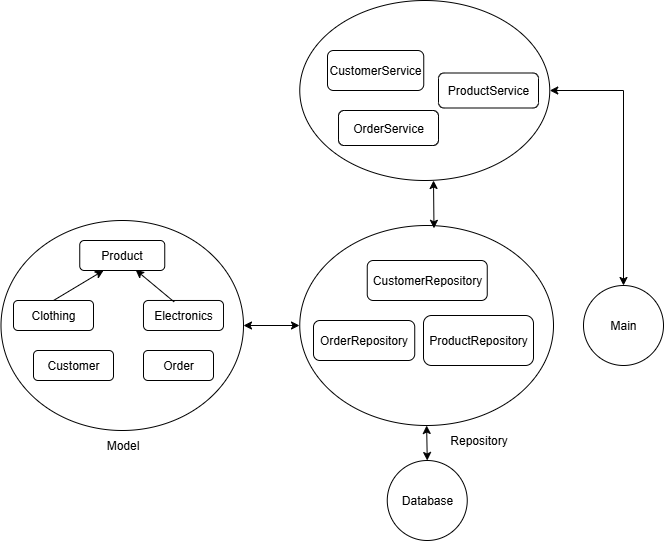
This is images/project-structure.png from Quyenhm03/SummaryTask12, a draw.io export, as it was before one commit. Source tidied: cells renumbered, new cells last; positions are measured from the earlier drawing's top-left corner, leaving out a move shared by most shapes.
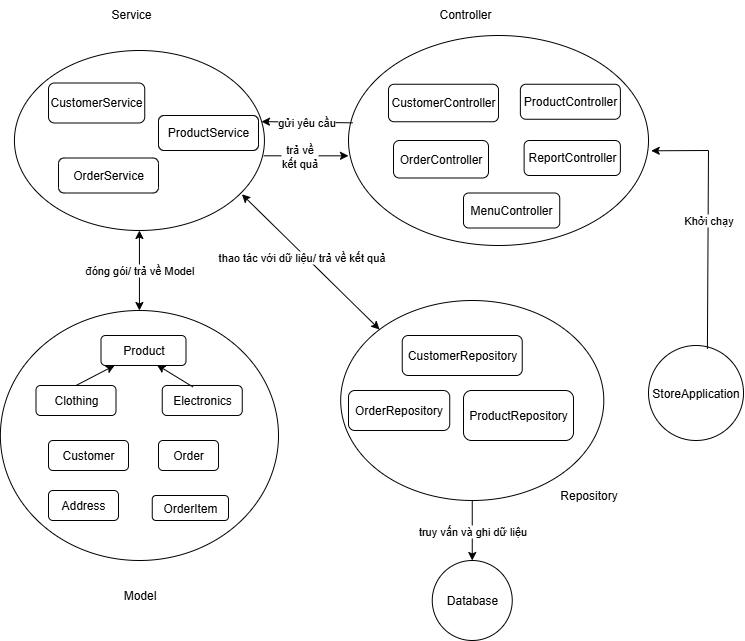
After the change.

The edit, as a diff of the source:
```diff
@@ -3,84 +3,122 @@
     <mxCell id="0" />
     <mxCell id="1" parent="0" />
     <mxCell id="2" style="ellipse;whiteSpace=wrap;html=1;" parent="1" vertex="1">
-      <mxGeometry x="-0.5" y="220" width="242.5" height="210" as="geometry" />
+      <mxGeometry x="-36.1" y="260" width="278.1" height="250" as="geometry" />
     </mxCell>
     <mxCell id="3" value="Customer" style="rounded=1;whiteSpace=wrap;html=1;" parent="1" vertex="1">
-      <mxGeometry x="32" y="350" width="80" height="30" as="geometry" />
+      <mxGeometry x="12" y="390" width="80" height="30" as="geometry" />
     </mxCell>
     <mxCell id="4" value="Clothing" style="rounded=1;whiteSpace=wrap;html=1;" parent="1" vertex="1">
-      <mxGeometry x="12" y="300" width="80" height="30" as="geometry" />
+      <mxGeometry x="-0.5" y="335" width="80" height="30" as="geometry" />
     </mxCell>
     <mxCell id="5" value="Electronics" style="rounded=1;whiteSpace=wrap;html=1;arcSize=16;" parent="1" vertex="1">
-      <mxGeometry x="142" y="300" width="80" height="30" as="geometry" />
+      <mxGeometry x="125.8" y="335" width="80" height="30" as="geometry" />
     </mxCell>
-    <mxCell id="6" value="Product" style="rounded=1;whiteSpace=wrap;html=1;" parent="1" vertex="1">
-      <mxGeometry x="78.2" y="240" width="85" height="30" as="geometry" />
-    </mxCell>
-    <mxCell id="7" style="endArrow=classic;html=1;rounded=0;exitX=0.5;exitY=0;exitDx=0;exitDy=0;" parent="1" edge="1" source="4">
-      <mxGeometry relative="1" as="geometry">
-        <mxPoint x="102" y="270" as="targetPoint" />
-      </mxGeometry>
-    </mxCell>
     <mxCell id="8" style="endArrow=classic;html=1;rounded=0;exitX=0.383;exitY=0.047;exitDx=0;exitDy=0;exitPerimeter=0;entryX=0.658;entryY=0.98;entryDx=0;entryDy=0;entryPerimeter=0;" parent="1" edge="1" source="5" target="6">
       <mxGeometry relative="1" as="geometry" />
     </mxCell>
     <mxCell id="9" value="Model" style="text;html=1;align=center;verticalAlign=middle;strokeColor=none;fillColor=none;" parent="1" vertex="1">
-      <mxGeometry x="90.8" y="430" width="60" height="30" as="geometry" />
+      <mxGeometry x="72.9" y="530" width="60" height="30" as="geometry" />
     </mxCell>
     <mxCell id="10" style="ellipse;whiteSpace=wrap;html=1;" parent="1" vertex="1">
-      <mxGeometry x="298.3" y="225" width="253.7" height="200" as="geometry" />
+      <mxGeometry x="304.2" y="250" width="263.1" height="200" as="geometry" />
     </mxCell>
     <mxCell id="11" value="CustomerRepository" style="rounded=1;whiteSpace=wrap;html=1;" parent="1" vertex="1">
-      <mxGeometry x="365.8" y="260" width="120" height="40" as="geometry" />
+      <mxGeometry x="365.8" y="285" width="120" height="40" as="geometry" />
     </mxCell>
     <mxCell id="12" value="OrderRepository" style="rounded=1;whiteSpace=wrap;html=1;arcSize=16;" parent="1" vertex="1">
-      <mxGeometry x="312" y="320" width="101.2" height="40" as="geometry" />
+      <mxGeometry x="312" y="340" width="101.2" height="40" as="geometry" />
     </mxCell>
     <mxCell id="13" value="Repository" style="text;html=1;align=center;verticalAlign=middle;strokeColor=none;fillColor=none;" parent="1" vertex="1">
-      <mxGeometry x="437" y="425" width="80" height="30" as="geometry" />
+      <mxGeometry x="512" y="430" width="80" height="30" as="geometry" />
     </mxCell>
-    <mxCell id="14" value="Main" style="ellipse;whiteSpace=wrap;html=1;" parent="1" vertex="1">
-      <mxGeometry x="582" y="285" width="80" height="80" as="geometry" />
+    <mxCell id="14" value="StoreApplication" style="ellipse;whiteSpace=wrap;html=1;" parent="1" vertex="1">
+      <mxGeometry x="612" y="295" width="95" height="95" as="geometry" />
     </mxCell>
     <mxCell id="15" value="Database" style="ellipse;whiteSpace=wrap;html=1;" parent="1" vertex="1">
-      <mxGeometry x="385.8" y="460" width="80" height="80" as="geometry" />
+      <mxGeometry x="395.8" y="510" width="80" height="80" as="geometry" />
     </mxCell>
-    <mxCell id="16" style="endArrow=classic;startArrow=classic;html=1;rounded=0;entryX=0.5;entryY=1;entryDx=0;entryDy=0;exitX=0.5;exitY=0;exitDx=0;exitDy=0;" parent="1" edge="1" source="15" target="10">
-      <mxGeometry relative="1" as="geometry" />
-    </mxCell>
-    <mxCell id="17" style="endArrow=classic;startArrow=classic;html=1;rounded=0;exitX=1;exitY=0.5;exitDx=0;exitDy=0;" parent="1" edge="1" source="20" target="14">
-      <mxGeometry relative="1" as="geometry">
-        <Array as="points">
-          <mxPoint x="622" y="90" />
-        </Array>
-      </mxGeometry>
-    </mxCell>
-    <mxCell id="18" style="endArrow=classic;startArrow=classic;html=1;rounded=0;exitX=1;exitY=0.5;exitDx=0;exitDy=0;" parent="1" edge="1" source="2">
-      <mxGeometry relative="1" as="geometry">
-        <mxPoint x="298" y="325" as="targetPoint" />
-      </mxGeometry>
-    </mxCell>
     <mxCell id="19" value="Order" style="rounded=1;whiteSpace=wrap;html=1;" parent="1" vertex="1">
-      <mxGeometry x="142" y="350" width="70" height="30" as="geometry" />
+      <mxGeometry x="122" y="390" width="60" height="30" as="geometry" />
     </mxCell>
     <mxCell id="20" style="ellipse;whiteSpace=wrap;html=1;" parent="1" vertex="1">
-      <mxGeometry x="298.3" width="250" height="180" as="geometry" />
+      <mxGeometry x="-22.1" width="250" height="180" as="geometry" />
     </mxCell>
     <mxCell id="21" value="CustomerService" style="rounded=1;whiteSpace=wrap;html=1;" parent="1" vertex="1">
-      <mxGeometry x="326" y="50" width="96.2" height="40" as="geometry" />
+      <mxGeometry x="12" y="32.5" width="96.2" height="40" as="geometry" />
     </mxCell>
     <mxCell id="22" value="OrderService" style="rounded=1;whiteSpace=wrap;html=1;arcSize=16;" parent="1" vertex="1">
-      <mxGeometry x="337" y="110" width="100" height="35" as="geometry" />
+      <mxGeometry x="22" y="107.5" width="100" height="35" as="geometry" />
     </mxCell>
     <mxCell id="23" value="ProductRepository" style="rounded=1;whiteSpace=wrap;html=1;arcSize=16;" parent="1" vertex="1">
-      <mxGeometry x="422" y="315" width="110" height="50" as="geometry" />
+      <mxGeometry x="427" y="340" width="110" height="50" as="geometry" />
     </mxCell>
     <mxCell id="24" value="ProductService" style="rounded=1;whiteSpace=wrap;html=1;arcSize=16;" parent="1" vertex="1">
-      <mxGeometry x="437" y="72.5" width="100" height="35" as="geometry" />
+      <mxGeometry x="122" y="65" width="100" height="35" as="geometry" />
     </mxCell>
+    <mxCell id="26" value="&lt;span style=&quot;color: rgba(0, 0, 0, 0); font-family: monospace; font-size: 0px; text-align: start; text-wrap-mode: nowrap;&quot;&gt;%3CmxGraphModel%3E%3Croot%3E%3CmxCell%20id%3D%220%22%2F%3E%3CmxCell%20id%3D%221%22%20parent%3D%220%22%2F%3E%3CmxCell%20id%3D%222%22%20value%3D%22CustomerController%22%20style%3D%22rounded%3D1%3BwhiteSpace%3Dwrap%3Bhtml%3D1%3B%22%20vertex%3D%221%22%20parent%3D%221%22%3E%3CmxGeometry%20x%3D%2287.5%22%20y%3D%22130%22%20width%3D%22110%22%20height%3D%2237.5%22%20as%3D%22geometry%22%2F%3E%3C%2FmxCell%3E%3CmxCell%20id%3D%223%22%20value%3D%22OrderController%22%20style%3D%22rounded%3D1%3BwhiteSpace%3Dwrap%3Bhtml%3D1%3BarcSize%3D16%3B%22%20vertex%3D%221%22%20parent%3D%221%22%3E%3CmxGeometry%20x%3D%2290%22%20y%3D%22180%22%20width%3D%22100%22%20height%3D%2240%22%20as%3D%22geometry%22%2F%3E%3C%2FmxCell%3E%3CmxCell%20id%3D%224%22%20value%3D%22ProductController%22%20style%3D%22rounded%3D1%3BwhiteSpace%3Dwrap%3Bhtml%3D1%3BarcSize%3D16%3B%22%20vertex%3D%221%22%20parent%3D%221%22%3E%3CmxGeometry%20x%3D%22203.75%22%20y%3D%22130%22%20width%3D%22100%22%20height%3D%2235%22%20as%3D%22geometry%22%2F%3E%3C%2FmxCell%3E%3CmxCell%20id%3D%225%22%20value%3D%22ReportController%22%20style%3D%22rounded%3D1%3BwhiteSpace%3Dwrap%3Bhtml%3D1%3B%22%20vertex%3D%221%22%20parent%3D%221%22%3E%3CmxGeometry%20x%3D%22203.75%22%20y%3D%22185%22%20width%3D%2296.25%22%20height%3D%2235%22%20as%3D%22geometry%22%2F%3E%3C%2FmxCell%3E%3CmxCell%20id%3D%226%22%20value%3D%22MenuController%22%20style%3D%22rounded%3D1%3BwhiteSpace%3Dwrap%3Bhtml%3D1%3B%22%20vertex%3D%221%22%20parent%3D%221%22%3E%3CmxGeometry%20x%3D%22156.87%22%20y%3D%22230%22%20width%3D%2296.25%22%20height%3D%2235%22%20as%3D%22geometry%22%2F%3E%3C%2FmxCell%3E%3C%2Froot%3E%3C%2FmxGraphModel%3E&lt;/span&gt;" style="ellipse;whiteSpace=wrap;html=1;" parent="1" vertex="1">
+      <mxGeometry x="312" y="-15" width="300" height="210" as="geometry" />
+    </mxCell>
+    <mxCell id="27" value="Address" style="rounded=1;whiteSpace=wrap;html=1;" parent="1" vertex="1">
+      <mxGeometry x="12" y="440" width="70" height="30" as="geometry" />
+    </mxCell>
+    <mxCell id="28" value="OrderItem" style="rounded=1;whiteSpace=wrap;html=1;" parent="1" vertex="1">
+      <mxGeometry x="115.8" y="445" width="76.2" height="25" as="geometry" />
+    </mxCell>
+    <mxCell id="29" style="endArrow=classic;html=1;rounded=0;exitX=0.5;exitY=0;exitDx=0;exitDy=0;" parent="1" edge="1" source="4" target="6">
+      <mxGeometry relative="1" as="geometry" />
+    </mxCell>
+    <mxCell id="6" value="Product" style="rounded=1;whiteSpace=wrap;html=1;" parent="1" vertex="1">
+      <mxGeometry x="64.5" y="285" width="85" height="30" as="geometry" />
+    </mxCell>
+    <mxCell id="30" value="&lt;div style=&quot;text-align: center;&quot;&gt;&lt;span style=&quot;background-color: transparent; color: light-dark(rgb(0, 0, 0), rgb(255, 255, 255)); text-wrap-mode: nowrap;&quot;&gt;Controller&lt;/span&gt;&lt;/div&gt;" style="text;whiteSpace=wrap;html=1;" parent="1" vertex="1">
+      <mxGeometry x="400.8" y="-50" width="70" height="40" as="geometry" />
+    </mxCell>
+    <mxCell id="31" value="&lt;div style=&quot;text-align: center;&quot;&gt;&lt;span style=&quot;text-wrap-mode: nowrap;&quot;&gt;Service&lt;/span&gt;&lt;/div&gt;" style="text;whiteSpace=wrap;html=1;" parent="1" vertex="1">
+      <mxGeometry x="72.9" y="-50" width="70" height="40" as="geometry" />
+    </mxCell>
+    <mxCell id="32" value="CustomerController" style="rounded=1;whiteSpace=wrap;html=1;" parent="1" vertex="1">
+      <mxGeometry x="352" y="33.8" width="110" height="37.5" as="geometry" />
+    </mxCell>
+    <mxCell id="33" value="OrderController" style="rounded=1;whiteSpace=wrap;html=1;arcSize=16;" parent="1" vertex="1">
+      <mxGeometry x="357" y="90" width="95" height="37.5" as="geometry" />
+    </mxCell>
+    <mxCell id="34" value="ProductController" style="rounded=1;whiteSpace=wrap;html=1;arcSize=16;" parent="1" vertex="1">
+      <mxGeometry x="483.9" y="33.8" width="100" height="35" as="geometry" />
+    </mxCell>
+    <mxCell id="35" value="ReportController" style="rounded=1;whiteSpace=wrap;html=1;" parent="1" vertex="1">
+      <mxGeometry x="487.6" y="90" width="96.2" height="35" as="geometry" />
+    </mxCell>
+    <mxCell id="36" value="MenuController" style="rounded=1;whiteSpace=wrap;html=1;" parent="1" vertex="1">
+      <mxGeometry x="427" y="142.5" width="96.2" height="35" as="geometry" />
+    </mxCell>
+    <mxCell id="37" value="gửi yêu cầu" style="endArrow=classic;html=1;rounded=0;exitX=0.014;exitY=0.416;exitDx=0;exitDy=0;exitPerimeter=0;entryX=0.988;entryY=0.395;entryDx=0;entryDy=0;entryPerimeter=0;" parent="1" edge="1" source="26" target="20">
+      <mxGeometry relative="1" as="geometry" />
+    </mxCell>
+    <mxCell id="38" value="Khởi chạy" style="endArrow=classic;html=1;rounded=0;entryX=1.009;entryY=0.549;entryDx=0;entryDy=0;entryPerimeter=0;exitX=0.62;exitY=0.035;exitDx=0;exitDy=0;exitPerimeter=0;" parent="1" edge="1" source="14" target="26">
+      <mxGeometry relative="1" as="geometry">
+        <Array as="points">
+          <mxPoint x="672" y="100" />
+        </Array>
+      </mxGeometry>
+    </mxCell>
+    <mxCell id="39" value="truy vấn và ghi dữ liệu" style="endArrow=classic;html=1;rounded=0;exitX=0.5;exitY=1;exitDx=0;exitDy=0;" parent="1" edge="1" source="10" target="15">
+      <mxGeometry relative="1" as="geometry" />
+    </mxCell>
+    <mxCell id="40" value="đóng gói/ trả về Model" style="endArrow=classic;startArrow=classic;html=1;rounded=0;exitX=0.5;exitY=0;exitDx=0;exitDy=0;entryX=0.5;entryY=1;entryDx=0;entryDy=0;" parent="1" edge="1" source="2" target="20">
+      <mxGeometry relative="1" as="geometry" />
+    </mxCell>
-    <mxCell id="25" style="endArrow=classic;startArrow=classic;html=1;rounded=0;entryX=0.535;entryY=1;entryDx=0;entryDy=0;entryPerimeter=0;exitX=0.529;exitY=0.014;exitDx=0;exitDy=0;exitPerimeter=0;" parent="1" edge="1" source="10" target="20">
+    <mxCell id="25" style="endArrow=classic;startArrow=classic;html=1;rounded=0;entryX=0.91;entryY=0.799;entryDx=0;entryDy=0;entryPerimeter=0;exitX=0;exitY=0;exitDx=0;exitDy=0;" parent="1" edge="1" source="10" target="20">
       <mxGeometry relative="1" as="geometry" />
     </mxCell>
+    <mxCell id="41" value="thao tác với dữ liệu/ trả về kết quả" style="edgeLabel;html=1;align=center;verticalAlign=middle;" parent="25" vertex="1">
+      <mxGeometry x="0.11" y="3" relative="1" as="geometry" />
+    </mxCell>
+    <mxCell id="42" style="endArrow=classic;html=1;rounded=0;exitX=0.997;exitY=0.585;exitDx=0;exitDy=0;exitPerimeter=0;entryX=0;entryY=0.573;entryDx=0;entryDy=0;entryPerimeter=0;" parent="1" edge="1" source="20" target="26">
+      <mxGeometry relative="1" as="geometry" />
+    </mxCell>
+    <mxCell id="43" value="trả về&lt;div&gt;kết quả&lt;/div&gt;" style="edgeLabel;html=1;align=center;verticalAlign=middle;" parent="42" vertex="1">
+      <mxGeometry x="-0.16" relative="1" as="geometry" />
+    </mxCell>
   </root>
 </mxGraphModel>
```
